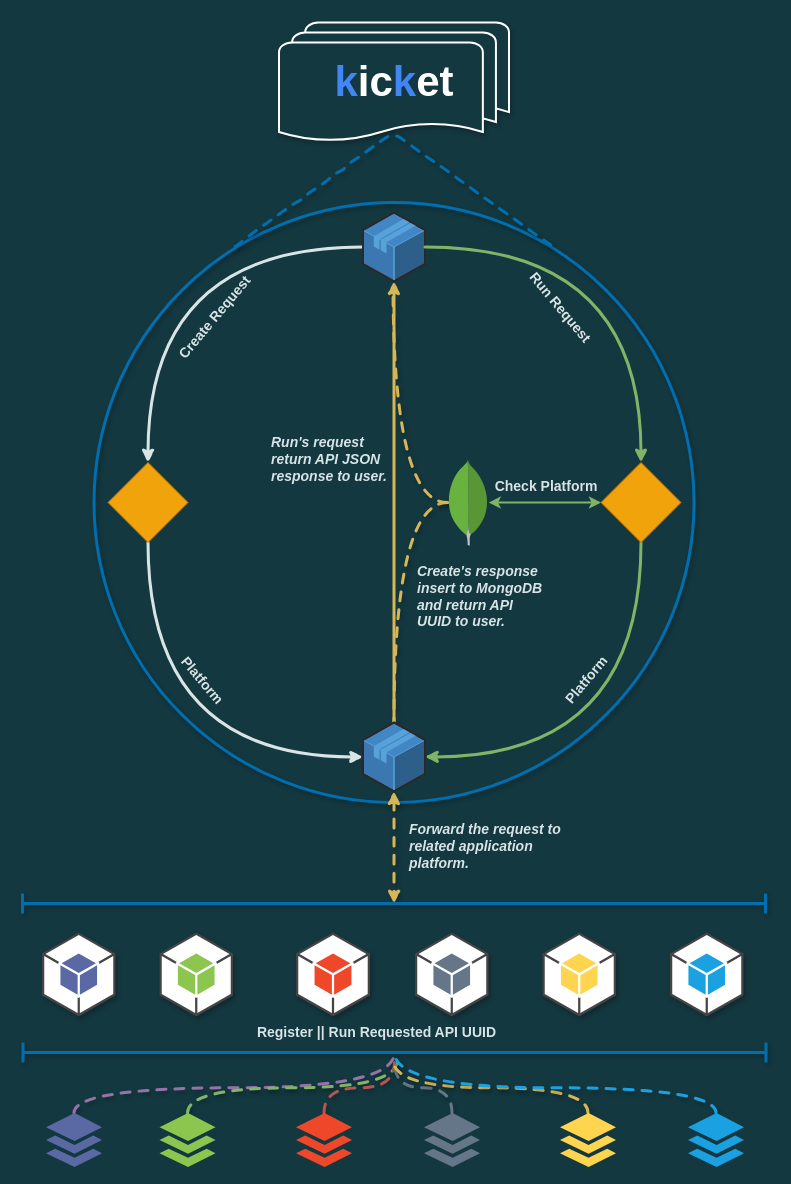
Before: sketch/kicket-raw.drawio.xml in gurkanakdeniz/kicket, a draw.io diagram. Source tidied: cells renumbered, new cells numbered last; positions are measured from the earlier drawing's top-left corner, leaving out a move shared by most shapes. Both pictures are drawn from the tidied source at 100%, with x=0, y=0 at pixel (22, 22).
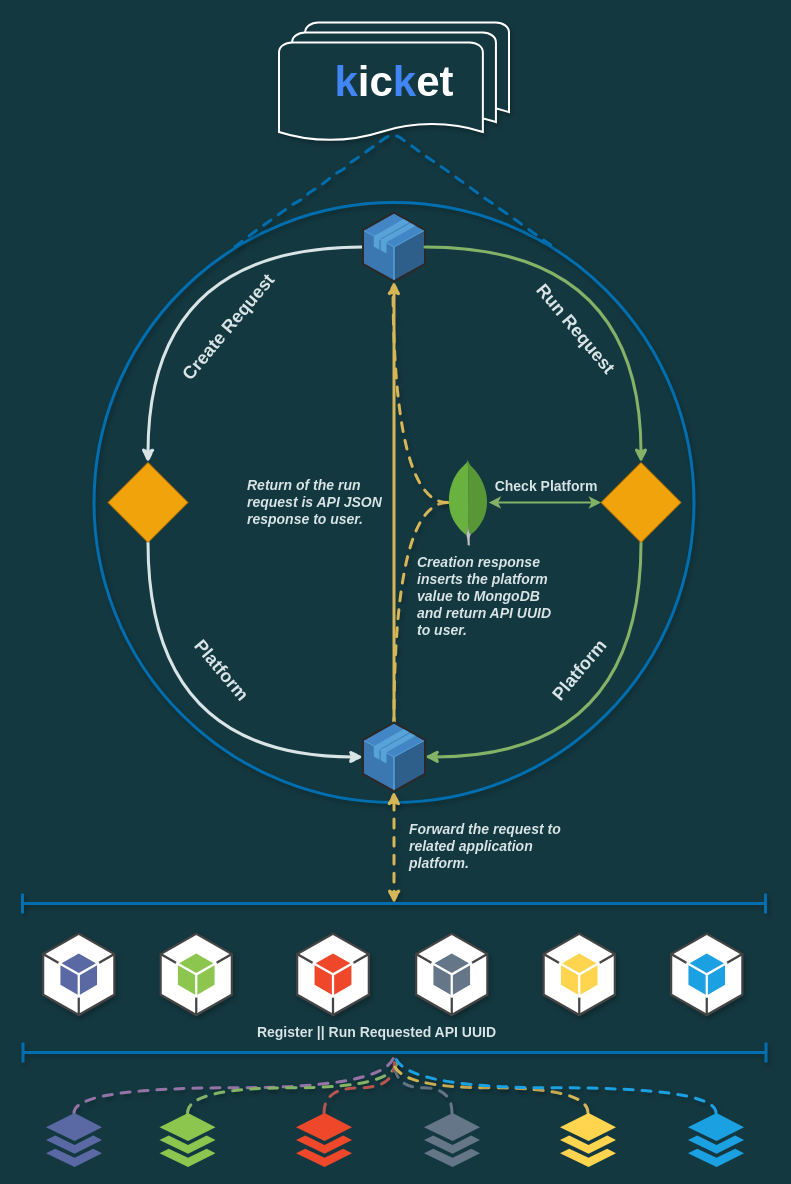
After the change.

The edit, as a diff of the source:
```diff
@@
-    <mxCell id="24" value="&lt;h3&gt;&lt;font style=&quot;font-size: 14px&quot; color=&quot;#d8e4e6&quot;&gt;Create Request&lt;/font&gt;&lt;/h3&gt;" style="text;html=1;strokeColor=none;fillColor=none;align=center;verticalAlign=middle;whiteSpace=wrap;rounded=0;rotation=-50;" parent="1" vertex="1">
-      <mxGeometry x="137" y="284.5" width="110" height="20" as="geometry" />
+    <mxCell id="24" value="&lt;h3&gt;&lt;font style=&quot;font-size: 18px&quot; color=&quot;#d8e4e6&quot;&gt;Create Request&lt;/font&gt;&lt;/h3&gt;" style="text;html=1;strokeColor=none;fillColor=none;align=center;verticalAlign=middle;whiteSpace=wrap;rounded=0;rotation=-50;" parent="1" vertex="1">
+      <mxGeometry x="129" y="294.5" width="154" height="20" as="geometry" />
     </mxCell>
-    <mxCell id="25" value="&lt;h3&gt;&lt;font style=&quot;font-size: 14px&quot; color=&quot;#d8e4e6&quot;&gt;Run Request&lt;/font&gt;&lt;/h3&gt;" style="text;html=1;strokeColor=none;fillColor=none;align=center;verticalAlign=middle;whiteSpace=wrap;rounded=0;rotation=50;" parent="1" vertex="1">
-      <mxGeometry x="483.5" y="274.5" width="110" height="20" as="geometry" />
+    <mxCell id="25" value="&lt;h3&gt;&lt;font style=&quot;font-size: 18px&quot; color=&quot;#d8e4e6&quot;&gt;Run Request&lt;/font&gt;&lt;/h3&gt;" style="text;html=1;strokeColor=none;fillColor=none;align=center;verticalAlign=middle;whiteSpace=wrap;rounded=0;rotation=50;" parent="1" vertex="1">
+      <mxGeometry x="479" y="296.5" width="150" height="20" as="geometry" />
     </mxCell>
@@
-    <mxCell id="27" value="&lt;h3&gt;&lt;font color=&quot;#d8e4e6&quot;&gt;&lt;span style=&quot;font-size: 14px&quot;&gt;Platform&lt;/span&gt;&lt;/font&gt;&lt;/h3&gt;" style="text;html=1;strokeColor=none;fillColor=none;align=center;verticalAlign=middle;whiteSpace=wrap;rounded=0;rotation=50;" parent="1" vertex="1">
-      <mxGeometry x="125.5" y="647.5" width="110" height="20" as="geometry" />
+    <mxCell id="27" value="&lt;h3&gt;&lt;font color=&quot;#d8e4e6&quot; style=&quot;font-size: 18px&quot;&gt;Platform&lt;/font&gt;&lt;/h3&gt;" style="text;html=1;strokeColor=none;fillColor=none;align=center;verticalAlign=middle;whiteSpace=wrap;rounded=0;rotation=50;" parent="1" vertex="1">
+      <mxGeometry x="142.5" y="637.5" width="114" height="20" as="geometry" />
     </mxCell>
@@
-    <mxCell id="29" value="&lt;h3&gt;&lt;font color=&quot;#d8e4e6&quot;&gt;&lt;span style=&quot;font-size: 14px&quot;&gt;Platform&lt;/span&gt;&lt;/font&gt;&lt;/h3&gt;" style="text;html=1;strokeColor=none;fillColor=none;align=center;verticalAlign=middle;whiteSpace=wrap;rounded=0;rotation=-50;" parent="1" vertex="1">
-      <mxGeometry x="508.5" y="647.5" width="110" height="20" as="geometry" />
+    <mxCell id="29" value="&lt;h3&gt;&lt;font color=&quot;#d8e4e6&quot; style=&quot;font-size: 18px&quot;&gt;Platform&lt;/font&gt;&lt;/h3&gt;" style="text;html=1;strokeColor=none;fillColor=none;align=center;verticalAlign=middle;whiteSpace=wrap;rounded=0;rotation=-50;" parent="1" vertex="1">
+      <mxGeometry x="497" y="637.5" width="120" height="20" as="geometry" />
     </mxCell>
@@
-    <mxCell id="46" value="&lt;h3&gt;&lt;font color=&quot;#d8e4e6&quot;&gt;&lt;span style=&quot;font-size: 14px&quot;&gt;&lt;i&gt;Create's response insert to MongoDB and return API UUID to user.&lt;/i&gt;&lt;/span&gt;&lt;/font&gt;&lt;/h3&gt;" style="text;html=1;strokeColor=none;fillColor=none;align=left;verticalAlign=middle;whiteSpace=wrap;rounded=0;rotation=0;" parent="1" vertex="1">
-      <mxGeometry x="392.5" y="531" width="134" height="86" as="geometry" />
+    <mxCell id="46" value="&lt;h3&gt;&lt;font color=&quot;#d8e4e6&quot;&gt;&lt;span style=&quot;font-size: 14px&quot;&gt;&lt;i&gt;Creation response inserts the platform value to MongoDB and return API UUID to user.&lt;/i&gt;&lt;/span&gt;&lt;/font&gt;&lt;/h3&gt;" style="text;html=1;strokeColor=none;fillColor=none;align=left;verticalAlign=middle;whiteSpace=wrap;rounded=0;rotation=0;" parent="1" vertex="1">
+      <mxGeometry x="393" y="531" width="152" height="86" as="geometry" />
     </mxCell>
-    <mxCell id="47" value="&lt;h3&gt;&lt;font color=&quot;#d8e4e6&quot;&gt;&lt;span style=&quot;font-size: 14px&quot;&gt;&lt;i&gt;Run's request return API JSON response to user.&lt;/i&gt;&lt;/span&gt;&lt;/font&gt;&lt;/h3&gt;" style="text;html=1;strokeColor=none;fillColor=none;align=left;verticalAlign=middle;whiteSpace=wrap;rounded=0;rotation=0;" parent="1" vertex="1">
-      <mxGeometry x="246.5" y="393" width="125" height="88" as="geometry" />
+    <mxCell id="47" value="&lt;h3&gt;&lt;font color=&quot;#d8e4e6&quot;&gt;&lt;span style=&quot;font-size: 14px&quot;&gt;&lt;i&gt;Return of the run request is API JSON response to user.&lt;/i&gt;&lt;/span&gt;&lt;/font&gt;&lt;/h3&gt;" style="text;html=1;strokeColor=none;fillColor=none;align=left;verticalAlign=middle;whiteSpace=wrap;rounded=0;rotation=0;" parent="1" vertex="1">
+      <mxGeometry x="222.5" y="436" width="146" height="88" as="geometry" />
     </mxCell>
```
